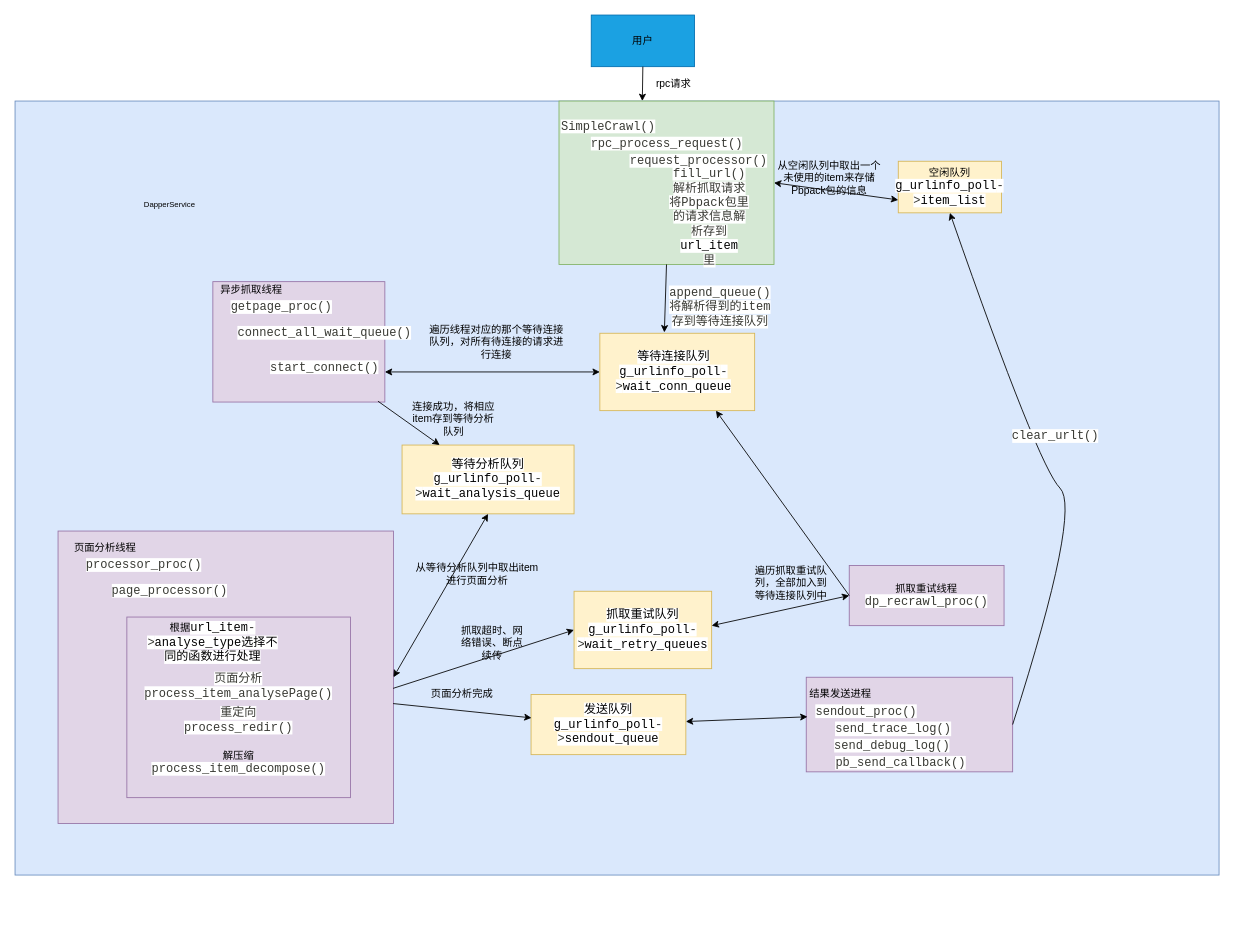
MekakuCityActors/anime-pictures keeps this draw.io diagram as Untitled Diagram.drawio. Above is the earlier version. Source tidied: cells renumbered, new cells numbered last; positions are measured from the earlier drawing's top-left corner, leaving out a move shared by most shapes. Both pictures are drawn from the tidied source at 86%, with x=0, y=0 at pixel (15, 15).
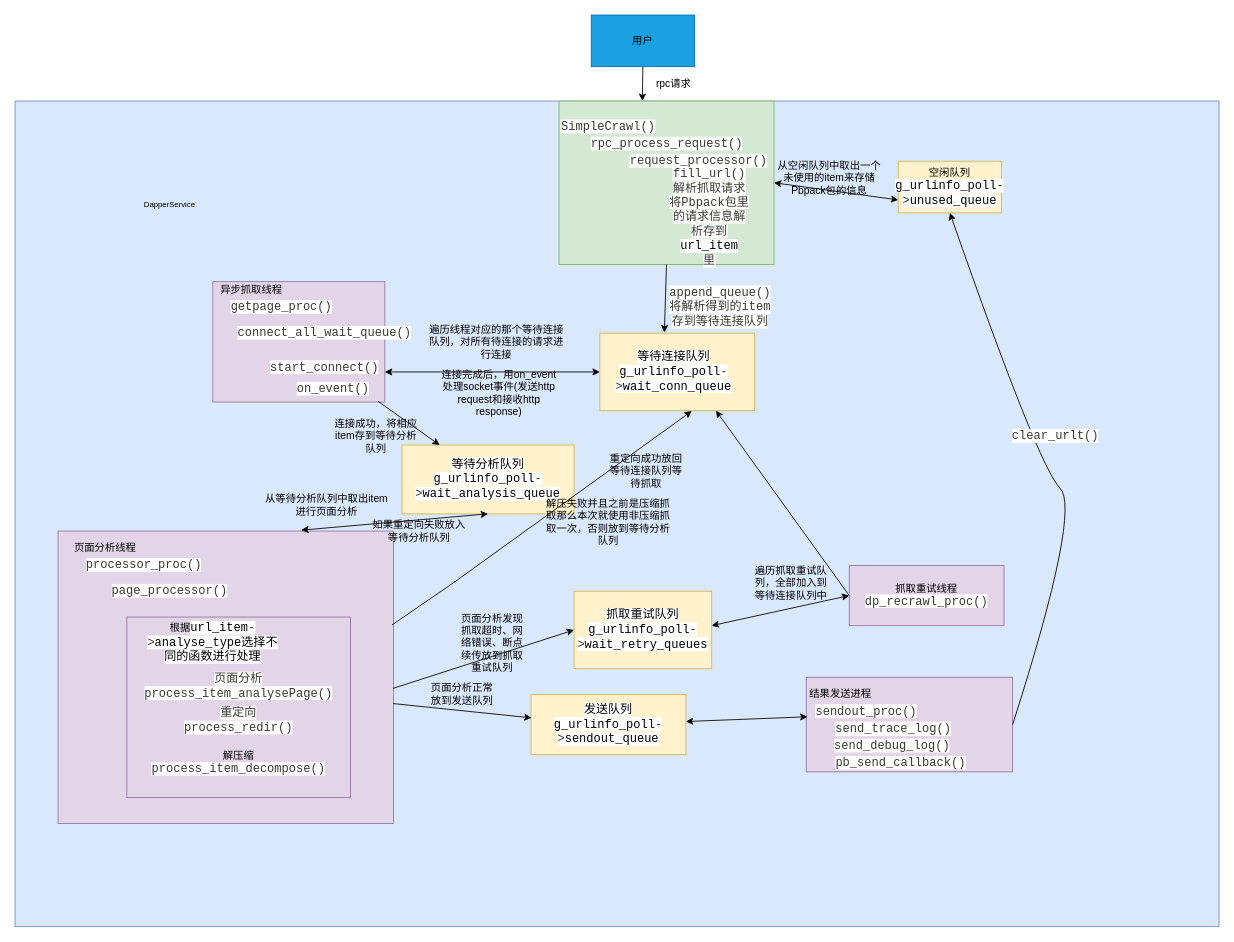
Above is the later version.

The change refers to these unchanged cells:
```xml
<mxCell id="14" style="rounded=0;whiteSpace=wrap;html=1;fillColor=#fff2cc;strokeColor=#d6b656;" parent="1" vertex="1">
  <mxGeometry x="680" y="370" width="180" height="90" as="geometry" />
</mxCell>
<mxCell id="18" style="rounded=0;whiteSpace=wrap;html=1;fillColor=#e1d5e7;strokeColor=#9673a6;" parent="1" vertex="1">
  <mxGeometry x="50" y="600" width="390" height="340" as="geometry" />
</mxCell>
<mxCell id="25" value="&lt;span style=&quot;font-family: &amp;#34;consolas&amp;#34; , &amp;#34;menlo&amp;#34; , &amp;#34;courier&amp;#34; , monospace ; font-size: 14px ; background-color: rgb(255 , 255 , 255)&quot;&gt;等待分析队列g_urlinfo_poll&lt;/span&gt;&lt;span class=&quot;token operator&quot; style=&quot;box-sizing: border-box ; margin: 0px ; padding: 0px ; border: 0px ; font-stretch: inherit ; font-size: 14px ; line-height: inherit ; font-family: &amp;#34;consolas&amp;#34; , &amp;#34;menlo&amp;#34; , &amp;#34;courier&amp;#34; , monospace ; color: rgb(57 , 58 , 52) ; background-color: rgb(255 , 255 , 255)&quot;&gt;-&amp;gt;&lt;/span&gt;&lt;span style=&quot;font-family: &amp;#34;consolas&amp;#34; , &amp;#34;menlo&amp;#34; , &amp;#34;courier&amp;#34; , monospace ; font-size: 14px ; background-color: rgb(255 , 255 , 255)&quot;&gt;wait_analysis_queue&lt;/span&gt;" style="rounded=0;whiteSpace=wrap;html=1;fillColor=#fff2cc;strokeColor=#d6b656;" parent="1" vertex="1">
  <mxGeometry x="450" y="500" width="200" height="80" as="geometry" />
</mxCell>
```

The edit, as a diff of the source:
```diff
@@
     <mxCell id="5" style="rounded=0;whiteSpace=wrap;html=1;fillColor=#dae8fc;strokeColor=#6c8ebf;" parent="1" vertex="1">
-      <mxGeometry y="100" width="1400" height="900" as="geometry" />
+      <mxGeometry y="100" width="1400" height="960" as="geometry" />
     </mxCell>
@@
     <mxCell id="27" value="连接成功，将相应item存到等待分析队列" style="text;html=1;strokeColor=none;fillColor=none;align=center;verticalAlign=middle;whiteSpace=wrap;rounded=0;" parent="1" vertex="1">
-      <mxGeometry x="460" y="460" width="100" height="20" as="geometry" />
+      <mxGeometry x="370" y="480" width="100" height="20" as="geometry" />
     </mxCell>
@@
-    <mxCell id="32" style="endArrow=classic;startArrow=classic;html=1;exitX=1;exitY=0.5;exitDx=0;exitDy=0;entryX=0.5;entryY=1;entryDx=0;entryDy=0;" parent="1" edge="1" source="18" target="25">
+    <mxCell id="32" style="endArrow=classic;startArrow=classic;html=1;exitX=0.725;exitY=-0.003;exitDx=0;exitDy=0;entryX=0.5;entryY=1;entryDx=0;entryDy=0;exitPerimeter=0;" parent="1" edge="1" source="18" target="25">
       <mxGeometry relative="1" as="geometry" />
     </mxCell>
     <mxCell id="33" value="从等待分析队列中取出item进行页面分析" style="text;html=1;strokeColor=none;fillColor=none;align=center;verticalAlign=middle;whiteSpace=wrap;rounded=0;" parent="1" vertex="1">
-      <mxGeometry x="465" y="640" width="145" height="20" as="geometry" />
+      <mxGeometry x="290" y="560" width="145" height="20" as="geometry" />
     </mxCell>
@@
-    <mxCell id="41" value="页面分析完成" style="text;html=1;strokeColor=none;fillColor=none;align=center;verticalAlign=middle;whiteSpace=wrap;rounded=0;" parent="1" vertex="1">
+    <mxCell id="41" value="页面分析正常放到发送队列" style="text;html=1;strokeColor=none;fillColor=none;align=center;verticalAlign=middle;whiteSpace=wrap;rounded=0;" parent="1" vertex="1">
       <mxGeometry x="480" y="780" width="80" height="20" as="geometry" />
     </mxCell>
@@
-    <mxCell id="44" value="抓取超时、网络错误、断点续传" style="text;html=1;strokeColor=none;fillColor=none;align=center;verticalAlign=middle;whiteSpace=wrap;rounded=0;" parent="1" vertex="1">
+    <mxCell id="44" value="页面分析发现抓取超时、网络错误、断点续传放到抓取重试队列" style="text;html=1;strokeColor=none;fillColor=none;align=center;verticalAlign=middle;whiteSpace=wrap;rounded=0;" parent="1" vertex="1">
       <mxGeometry x="515" y="720" width="80" height="20" as="geometry" />
     </mxCell>
@@
-    <mxCell id="54" value="空闲队列&lt;br&gt;&lt;span style=&quot;font-family: &amp;#34;consolas&amp;#34; , &amp;#34;menlo&amp;#34; , &amp;#34;courier&amp;#34; , monospace ; font-size: 14px ; background-color: rgb(255 , 255 , 255)&quot;&gt;g_urlinfo_poll&lt;/span&gt;&lt;span class=&quot;token operator&quot; style=&quot;box-sizing: border-box ; margin: 0px ; padding: 0px ; border: 0px ; font-stretch: inherit ; font-size: 14px ; line-height: inherit ; font-family: &amp;#34;consolas&amp;#34; , &amp;#34;menlo&amp;#34; , &amp;#34;courier&amp;#34; , monospace ; color: rgb(57 , 58 , 52) ; background-color: rgb(255 , 255 , 255)&quot;&gt;-&amp;gt;&lt;/span&gt;&lt;span style=&quot;font-family: &amp;#34;consolas&amp;#34; , &amp;#34;menlo&amp;#34; , &amp;#34;courier&amp;#34; , monospace ; font-size: 14px ; background-color: rgb(255 , 255 , 255)&quot;&gt;item_list&lt;/span&gt;" style="rounded=0;whiteSpace=wrap;html=1;fillColor=#fff2cc;strokeColor=#d6b656;" parent="1" vertex="1">
+    <mxCell id="54" value="空闲队列&lt;br&gt;&lt;span style=&quot;font-family: &amp;#34;consolas&amp;#34; , &amp;#34;menlo&amp;#34; , &amp;#34;courier&amp;#34; , monospace ; font-size: 14px ; background-color: rgb(255 , 255 , 255)&quot;&gt;g_urlinfo_poll&lt;/span&gt;&lt;span class=&quot;token operator&quot; style=&quot;box-sizing: border-box ; margin: 0px ; padding: 0px ; border: 0px ; font-stretch: inherit ; font-size: 14px ; line-height: inherit ; font-family: &amp;#34;consolas&amp;#34; , &amp;#34;menlo&amp;#34; , &amp;#34;courier&amp;#34; , monospace ; color: rgb(57 , 58 , 52) ; background-color: rgb(255 , 255 , 255)&quot;&gt;-&amp;gt;&lt;/span&gt;&lt;span style=&quot;font-family: &amp;#34;consolas&amp;#34; , &amp;#34;menlo&amp;#34; , &amp;#34;courier&amp;#34; , monospace ; font-size: 14px ; background-color: rgb(255 , 255 , 255)&quot;&gt;unused_queue&lt;/span&gt;" style="rounded=0;whiteSpace=wrap;html=1;fillColor=#fff2cc;strokeColor=#d6b656;" parent="1" vertex="1">
       <mxGeometry x="1027" y="170" width="120" height="60" as="geometry" />
     </mxCell>
@@
+    <mxCell id="60" value="&lt;span style=&quot;color: rgb(57 , 58 , 52) ; font-family: &amp;#34;consolas&amp;#34; , &amp;#34;menlo&amp;#34; , &amp;#34;courier&amp;#34; , monospace ; font-size: 14px ; background-color: rgb(255 , 255 , 255)&quot;&gt;on_event()&lt;/span&gt;" style="text;html=1;strokeColor=none;fillColor=none;align=center;verticalAlign=middle;whiteSpace=wrap;rounded=0;" parent="1" vertex="1">
+      <mxGeometry x="350" y="425" width="40" height="20" as="geometry" />
+    </mxCell>
+    <mxCell id="61" value="连接完成后，用on_event处理socket事件(发送http request和接收http response)" style="text;html=1;strokeColor=none;fillColor=none;align=center;verticalAlign=middle;whiteSpace=wrap;rounded=0;" parent="1" vertex="1">
+      <mxGeometry x="492.5" y="430" width="140" height="20" as="geometry" />
+    </mxCell>
+    <mxCell id="62" style="endArrow=classic;html=1;exitX=0.996;exitY=0.321;exitDx=0;exitDy=0;exitPerimeter=0;entryX=0.594;entryY=1.005;entryDx=0;entryDy=0;entryPerimeter=0;" parent="1" edge="1" source="18" target="14">
+      <mxGeometry relative="1" as="geometry">
+        <Array as="points">
+          <mxPoint x="510" y="660" />
+        </Array>
+      </mxGeometry>
+    </mxCell>
+    <mxCell id="63" value="重定向成功放回等待连接队列等待抓取&lt;br&gt;" style="text;html=1;strokeColor=none;fillColor=none;align=center;verticalAlign=middle;whiteSpace=wrap;rounded=0;" parent="1" vertex="1">
+      <mxGeometry x="689" y="520" width="90" height="20" as="geometry" />
+    </mxCell>
+    <mxCell id="64" value="如果重定向失败放入等待分析队列" style="text;html=1;strokeColor=none;fillColor=none;align=center;verticalAlign=middle;whiteSpace=wrap;rounded=0;" parent="1" vertex="1">
+      <mxGeometry x="410" y="590" width="120" height="20" as="geometry" />
+    </mxCell>
+    <mxCell id="65" value="解压失败并且之前是压缩抓取那么本次就使用非压缩抓取一次，否则放到等待分析队列" style="text;html=1;strokeColor=none;fillColor=none;align=center;verticalAlign=middle;whiteSpace=wrap;rounded=0;" parent="1" vertex="1">
+      <mxGeometry x="615" y="580" width="150" height="20" as="geometry" />
+    </mxCell>
```
